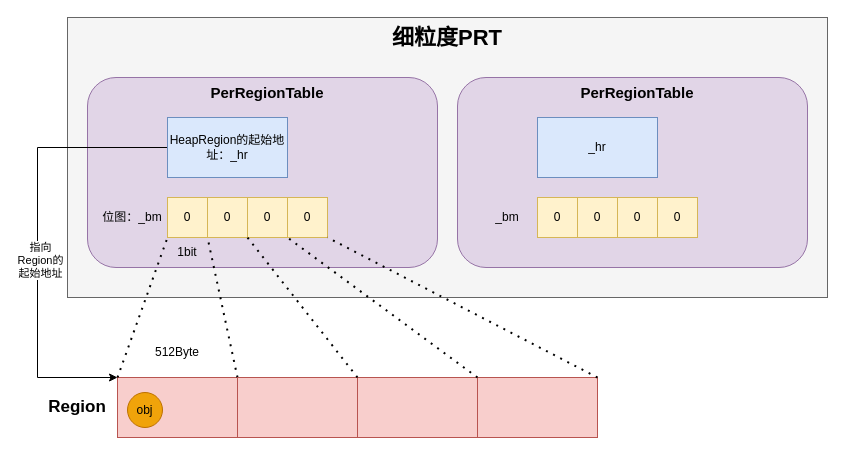
Above: page "细粒度prt" (2 of 2) of programming/Java/md/gc/src/drawio/rset.drawio in thankyoumyteens/note (draw.io), before the change. Source tidied: cells renumbered, new cells numbered last; positions are measured from the earlier drawing's top-left corner, leaving out a move shared by most shapes. Both pictures are drawn from the tidied source at 100%, with x=0, y=0 at pixel (37, 17).
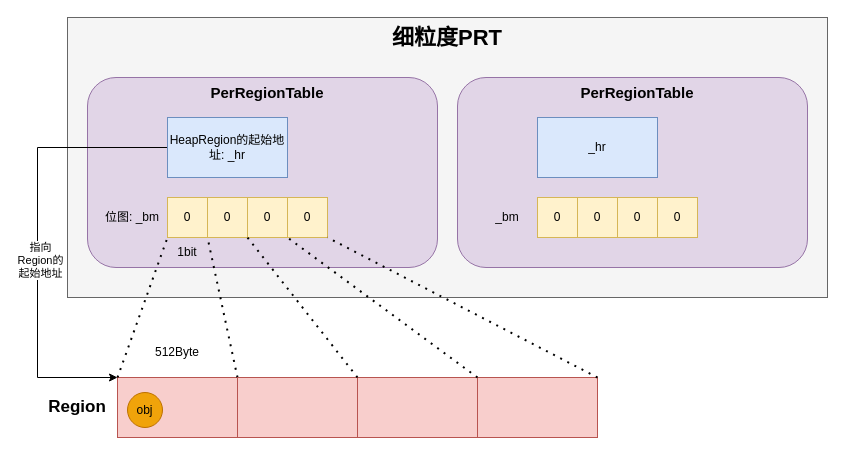
After the change.

What changed in the source:
```diff
@@
-    <mxCell id="6" value="HeapRegion的起始地址：_hr" style="rounded=0;whiteSpace=wrap;html=1;fillColor=#dae8fc;strokeColor=#6c8ebf;" parent="1" vertex="1">
+    <mxCell id="6" value="HeapRegion的起始地址: _hr" style="rounded=0;whiteSpace=wrap;html=1;fillColor=#dae8fc;strokeColor=#6c8ebf;" parent="1" vertex="1">
       <mxGeometry x="130" y="100" width="120" height="60" as="geometry" />
     </mxCell>
@@
-    <mxCell id="8" value="位图：_bm" style="text;html=1;strokeColor=none;fillColor=none;align=center;verticalAlign=middle;whiteSpace=wrap;rounded=0;" parent="1" vertex="1">
+    <mxCell id="8" value="位图: _bm" style="text;html=1;strokeColor=none;fillColor=none;align=center;verticalAlign=middle;whiteSpace=wrap;rounded=0;" parent="1" vertex="1">
       <mxGeometry x="60" y="185" width="70" height="30" as="geometry" />
     </mxCell>
```
